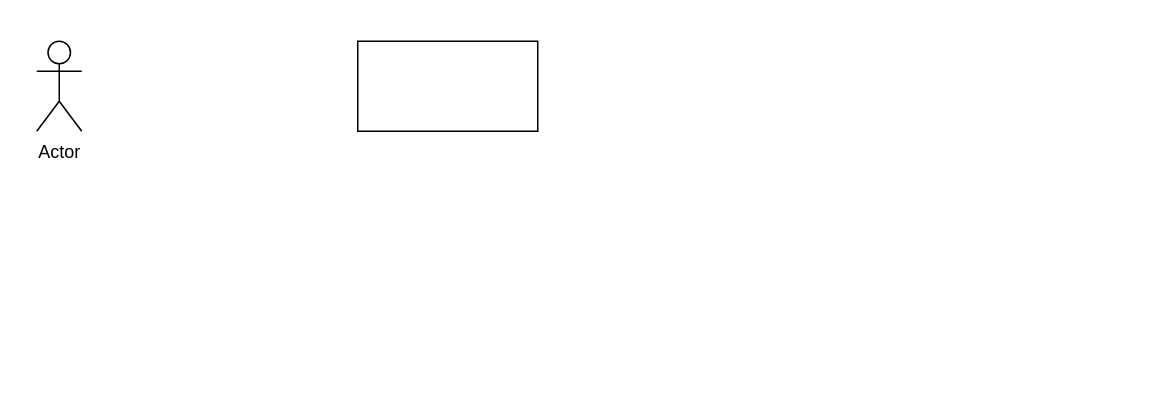
Earlier version of the draw.io diagram Untitled Diagram.drawio (CryptoFreon/hello-test). Source tidied: cells renumbered, new cells numbered last; positions are measured from the earlier drawing's top-left corner, leaving out a move shared by most shapes. Both pictures are drawn from the tidied source at 150%, with x=0, y=0 at pixel (36, 40).
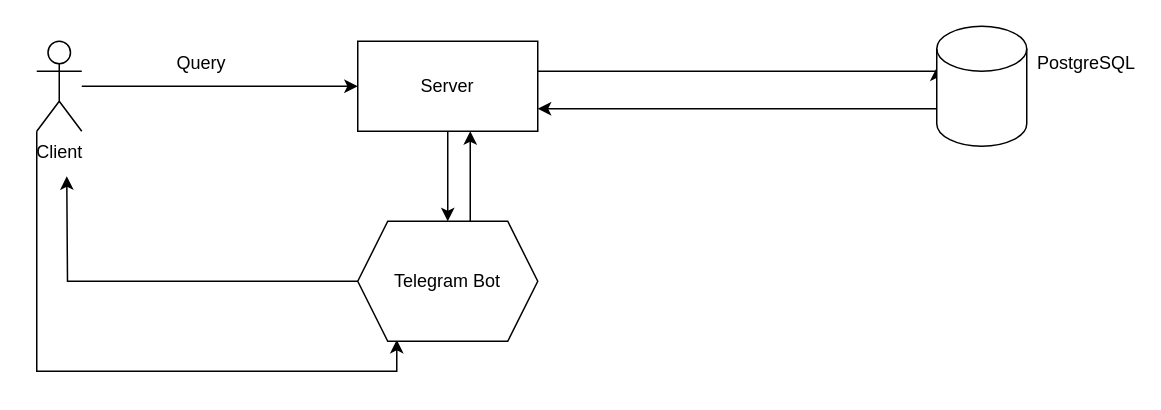
The same page after the edit.

Change to the diagram source:
```diff
@@
 <mxGraphModel>
   <root>
     <mxCell id="0" />
     <mxCell id="1" parent="0" />
+    <mxCell id="4" style="edgeStyle=orthogonalEdgeStyle;rounded=0;jettySize=auto;html=1;entryX=0;entryY=0.5;entryDx=0;entryDy=0;" parent="1" edge="1" source="2" target="3">
+      <mxGeometry relative="1" as="geometry" />
+    </mxCell>
+    <mxCell id="5" style="edgeStyle=orthogonalEdgeStyle;rounded=0;jettySize=auto;html=1;exitX=0;exitY=1;exitDx=0;exitDy=0;exitPerimeter=0;entryX=0.217;entryY=0.988;entryDx=0;entryDy=0;entryPerimeter=0;" parent="1" edge="1" source="2" target="15">
+      <mxGeometry relative="1" as="geometry" />
+    </mxCell>
-    <mxCell id="2" value="Actor" style="shape=umlActor;verticalLabelPosition=bottom;verticalAlign=top;html=1;outlineConnect=0;" parent="1" vertex="1">
+    <mxCell id="2" value="Client" style="shape=umlActor;verticalLabelPosition=bottom;verticalAlign=top;html=1;outlineConnect=0;" parent="1" vertex="1">
       <mxGeometry width="30" height="60" as="geometry" />
     </mxCell>
+    <mxCell id="6" style="edgeStyle=orthogonalEdgeStyle;rounded=0;jettySize=auto;html=1;entryX=0;entryY=0;entryDx=0;entryDy=27.5;entryPerimeter=0;" parent="1" edge="1" source="3" target="11">
+      <mxGeometry relative="1" as="geometry">
+        <Array as="points">
+          <mxPoint x="600" y="20" />
+        </Array>
+      </mxGeometry>
+    </mxCell>
+    <mxCell id="7" style="edgeStyle=orthogonalEdgeStyle;rounded=0;jettySize=auto;html=1;entryX=0.5;entryY=0;entryDx=0;entryDy=0;" parent="1" edge="1" source="3" target="15">
+      <mxGeometry relative="1" as="geometry" />
+    </mxCell>
     <mxCell id="3" style="rounded=0;whiteSpace=wrap;html=1;" parent="1" vertex="1">
       <mxGeometry x="214" width="120" height="60" as="geometry" />
     </mxCell>
+    <mxCell id="8" value="Query" style="text;html=1;strokeColor=none;fillColor=none;align=center;verticalAlign=middle;whiteSpace=wrap;rounded=0;" parent="1" vertex="1">
+      <mxGeometry x="80" width="60" height="30" as="geometry" />
+    </mxCell>
+    <mxCell id="9" value="Server" style="text;html=1;strokeColor=none;fillColor=none;align=center;verticalAlign=middle;whiteSpace=wrap;rounded=0;" parent="1" vertex="1">
+      <mxGeometry x="244" y="15" width="60" height="30" as="geometry" />
+    </mxCell>
+    <mxCell id="10" style="edgeStyle=orthogonalEdgeStyle;rounded=0;jettySize=auto;html=1;entryX=1;entryY=0.75;entryDx=0;entryDy=0;" parent="1" edge="1" source="11" target="3">
+      <mxGeometry relative="1" as="geometry">
+        <Array as="points">
+          <mxPoint x="490" y="45" />
+          <mxPoint x="490" y="45" />
+        </Array>
+      </mxGeometry>
+    </mxCell>
+    <mxCell id="11" style="shape=cylinder3;whiteSpace=wrap;html=1;boundedLbl=1;backgroundOutline=1;size=15;" parent="1" vertex="1">
+      <mxGeometry x="600" y="-10" width="60" height="80" as="geometry" />
+    </mxCell>
+    <mxCell id="12" value="PostgreSQL" style="text;html=1;strokeColor=none;fillColor=none;align=center;verticalAlign=middle;whiteSpace=wrap;rounded=0;" parent="1" vertex="1">
+      <mxGeometry x="670" width="60" height="30" as="geometry" />
+    </mxCell>
+    <mxCell id="13" style="edgeStyle=orthogonalEdgeStyle;rounded=0;jettySize=auto;html=1;" parent="1" edge="1" source="15">
+      <mxGeometry relative="1" as="geometry">
+        <mxPoint x="20" y="90" as="targetPoint" />
+      </mxGeometry>
+    </mxCell>
+    <mxCell id="14" style="edgeStyle=orthogonalEdgeStyle;rounded=0;jettySize=auto;html=1;exitX=0.625;exitY=0;exitDx=0;exitDy=0;entryX=0.625;entryY=1;entryDx=0;entryDy=0;entryPerimeter=0;" parent="1" edge="1" source="15" target="3">
+      <mxGeometry relative="1" as="geometry" />
+    </mxCell>
+    <mxCell id="15" value="Telegram Bot" style="shape=hexagon;perimeter=hexagonPerimeter2;whiteSpace=wrap;html=1;fixedSize=1;" parent="1" vertex="1">
+      <mxGeometry x="214" y="120" width="120" height="80" as="geometry" />
+    </mxCell>
   </root>
 </mxGraphModel>
```
